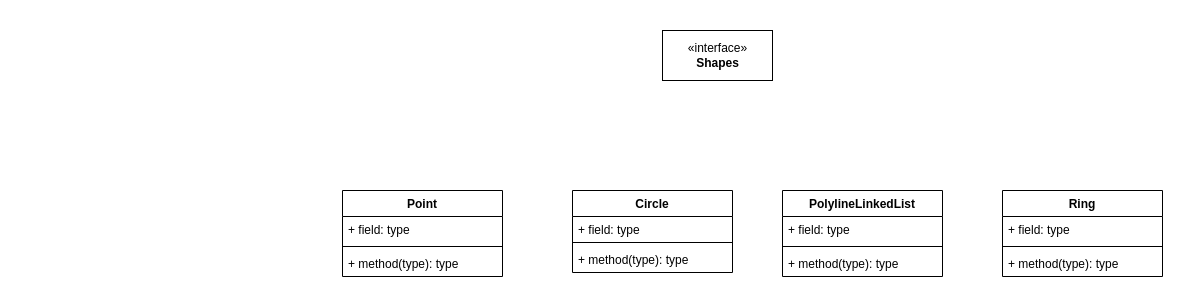
The draw.io diagram Documentation/diagramme_classe.drawio in HugoJD/MVC_TD2, before the edit. Source tidied: cells renumbered, new cells numbered last; positions are measured from the earlier drawing's top-left corner, leaving out a move shared by most shapes. Both pictures are drawn from the tidied source at 100%, with x=0, y=0 at pixel (342, 30).
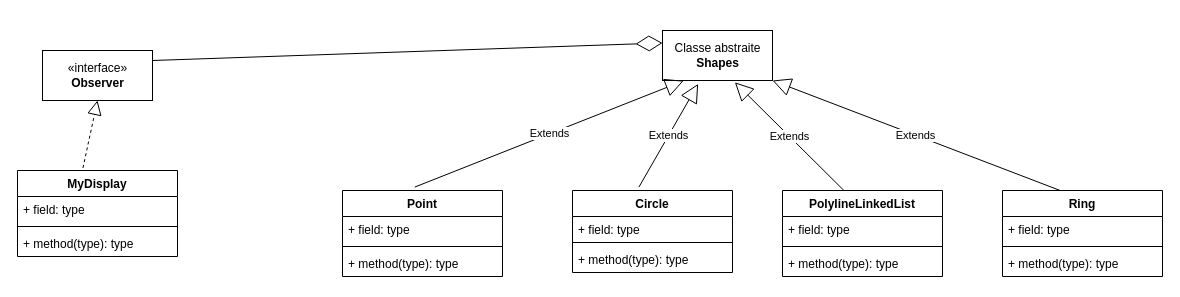
Above is the later version.

Unchanged cells that the change refers to:
```xml
<mxCell id="2" value="Point" style="swimlane;fontStyle=1;align=center;verticalAlign=top;horizontal=1;startSize=26;" parent="1" vertex="1">
  <mxGeometry y="160" width="160" height="86" as="geometry" />
</mxCell>
<mxCell id="6" value="Circle" style="swimlane;fontStyle=1;align=center;verticalAlign=top;horizontal=1;startSize=26;" parent="1" vertex="1">
  <mxGeometry x="230" y="160" width="160" height="82" as="geometry" />
</mxCell>
<mxCell id="10" value="PolylineLinkedList" style="swimlane;fontStyle=1;align=center;verticalAlign=top;horizontal=1;startSize=26;" parent="1" vertex="1">
  <mxGeometry x="440" y="160" width="160" height="86" as="geometry" />
</mxCell>
<mxCell id="14" value="Ring" style="swimlane;fontStyle=1;align=center;verticalAlign=top;horizontal=1;startSize=26;" parent="1" vertex="1">
  <mxGeometry x="660" y="160" width="160" height="86" as="geometry" />
</mxCell>
```

Diff of the diagram source:
```diff
@@
-    <mxCell id="18" value="«interface»&lt;br&gt;&lt;b&gt;Shapes&lt;/b&gt;" style="html=1;" parent="1" vertex="1">
+    <mxCell id="18" value="Classe abstraite&lt;br&gt;&lt;b&gt;Shapes&lt;/b&gt;" style="html=1;" parent="1" vertex="1">
       <mxGeometry x="320" width="110" height="50" as="geometry" />
     </mxCell>
+    <mxCell id="19" value="«interface»&lt;br&gt;&lt;b&gt;Observer&lt;/b&gt;" style="html=1;" parent="1" vertex="1">
+      <mxGeometry x="-300" y="20" width="110" height="50" as="geometry" />
+    </mxCell>
+    <mxCell id="20" value="MyDisplay" style="swimlane;fontStyle=1;align=center;verticalAlign=top;horizontal=1;startSize=26;" parent="1" vertex="1">
+      <mxGeometry x="-325" y="140" width="160" height="86" as="geometry" />
+    </mxCell>
+    <mxCell id="21" value="+ field: type" style="text;strokeColor=none;fillColor=none;align=left;verticalAlign=top;spacingLeft=4;spacingRight=4;overflow=hidden;" parent="20" vertex="1">
+      <mxGeometry y="26" width="160" height="26" as="geometry" />
+    </mxCell>
+    <mxCell id="22" style="line;strokeWidth=1;fillColor=none;align=left;verticalAlign=middle;spacingTop=-1;spacingLeft=3;spacingRight=3;labelPosition=right;" parent="20" vertex="1">
+      <mxGeometry y="52" width="160" height="8" as="geometry" />
+    </mxCell>
+    <mxCell id="23" value="+ method(type): type" style="text;strokeColor=none;fillColor=none;align=left;verticalAlign=top;spacingLeft=4;spacingRight=4;overflow=hidden;" parent="20" vertex="1">
+      <mxGeometry y="60" width="160" height="26" as="geometry" />
+    </mxCell>
+    <mxCell id="24" style="endArrow=block;dashed=1;endFill=0;endSize=12;html=1;rounded=0;entryX=0.5;entryY=1;entryDx=0;entryDy=0;exitX=0.409;exitY=-0.03;exitDx=0;exitDy=0;exitPerimeter=0;" parent="1" edge="1" source="20" target="19">
+      <mxGeometry relative="1" as="geometry" />
+    </mxCell>
+    <mxCell id="25" value="Extends" style="endArrow=block;endSize=16;endFill=0;html=1;rounded=0;entryX=0.193;entryY=1.004;entryDx=0;entryDy=0;entryPerimeter=0;exitX=0.452;exitY=-0.04;exitDx=0;exitDy=0;exitPerimeter=0;" parent="1" edge="1" source="2" target="18">
+      <mxGeometry relative="1" as="geometry" />
+    </mxCell>
+    <mxCell id="26" value="Extends" style="endArrow=block;endSize=16;endFill=0;html=1;rounded=0;entryX=0.324;entryY=1.068;entryDx=0;entryDy=0;entryPerimeter=0;exitX=0.415;exitY=-0.041;exitDx=0;exitDy=0;exitPerimeter=0;" parent="1" edge="1" source="6" target="18">
+      <mxGeometry relative="1" as="geometry" />
+    </mxCell>
+    <mxCell id="27" value="Extends" style="endArrow=block;endSize=16;endFill=0;html=1;rounded=0;entryX=0.658;entryY=1.036;entryDx=0;entryDy=0;entryPerimeter=0;exitX=0.383;exitY=-0.002;exitDx=0;exitDy=0;exitPerimeter=0;" parent="1" edge="1" source="10" target="18">
+      <mxGeometry relative="1" as="geometry" />
+    </mxCell>
+    <mxCell id="28" value="Extends" style="endArrow=block;endSize=16;endFill=0;html=1;rounded=0;entryX=1;entryY=1;entryDx=0;entryDy=0;exitX=0.358;exitY=-0.002;exitDx=0;exitDy=0;exitPerimeter=0;" parent="1" edge="1" source="14" target="18">
+      <mxGeometry relative="1" as="geometry" />
+    </mxCell>
+    <mxCell id="29" style="endArrow=diamondThin;endFill=0;endSize=24;html=1;rounded=0;entryX=0;entryY=0.25;entryDx=0;entryDy=0;" parent="1" edge="1" target="18">
+      <mxGeometry relative="1" as="geometry">
+        <mxPoint x="-190" y="30" as="sourcePoint" />
+      </mxGeometry>
+    </mxCell>
```
